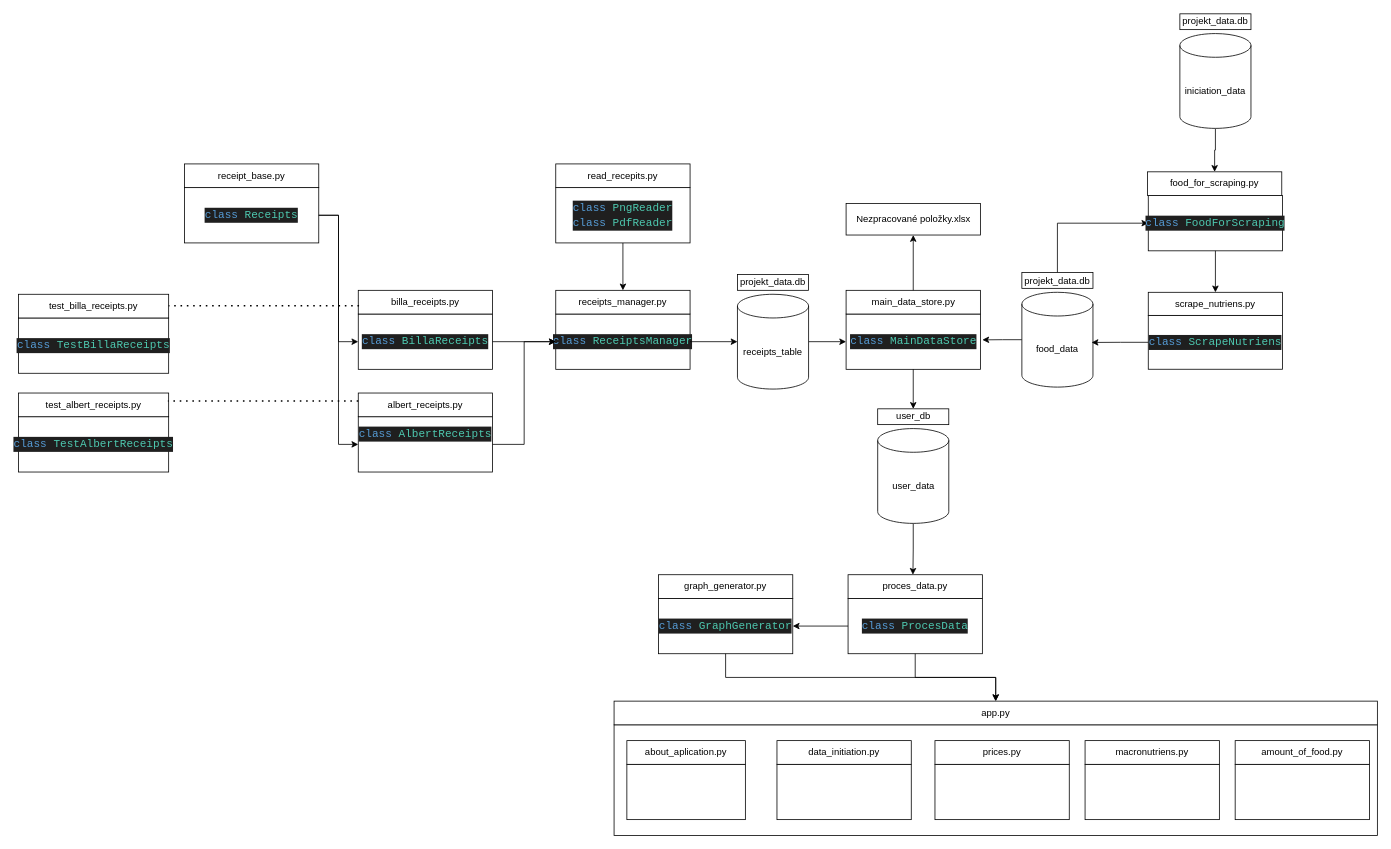
Above: architecture/architecture.drawio in DavidProthon/ReceiptNutriTracker (draw.io), before the change. Source tidied: cells renumbered, new cells numbered last; positions are measured from the earlier drawing's top-left corner, leaving out a move shared by most shapes. Both pictures are drawn from the tidied source at 79%, with x=0, y=0 at pixel (18, 13).
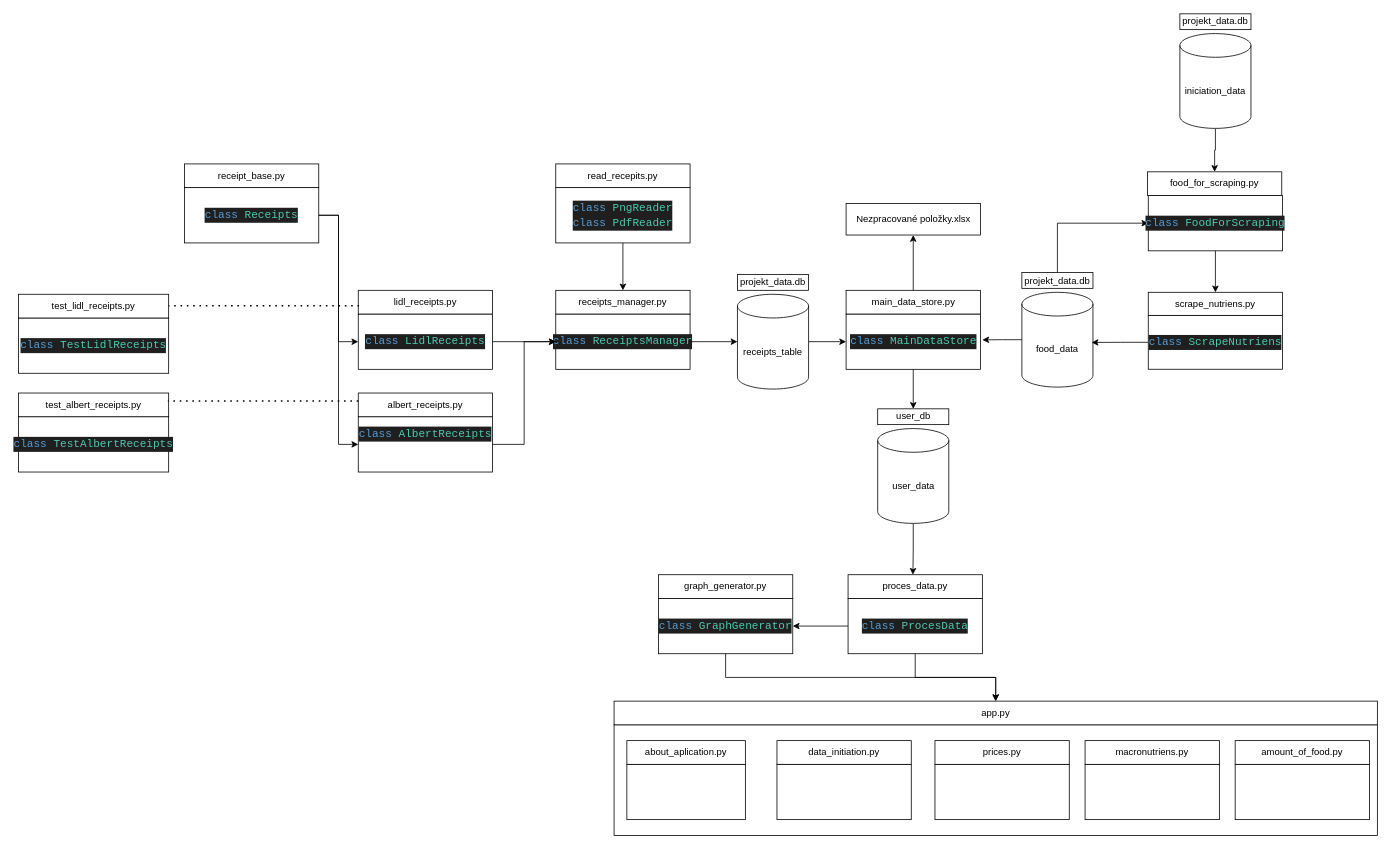
The same diagram, later.

Unchanged cells that the change refers to:
```xml
<mxCell id="8" style="group;" parent="1" vertex="1">
  <mxGeometry x="430" y="350" width="170" height="100" as="geometry" />
</mxCell>
<mxCell id="14" style="group;" parent="1" vertex="1">
  <mxGeometry x="20" y="355" width="170" height="100" as="geometry" />
</mxCell>
```

Diff of the diagram source:
```diff
@@
-    <mxCell id="9" value="&lt;pre&gt;&lt;div style=&quot;color: rgb(204, 204, 204); background-color: rgb(31, 31, 31); font-family: Consolas, &amp;quot;Courier New&amp;quot;, monospace; font-size: 14px; line-height: 19px;&quot;&gt;&lt;span style=&quot;color: #569cd6;&quot;&gt;class&lt;/span&gt; &lt;span style=&quot;color: #4ec9b0;&quot;&gt;BillaReceipts&lt;/span&gt;&lt;/div&gt;&lt;/pre&gt;" style="rounded=0;whiteSpace=wrap;html=1;align=center;" parent="8" vertex="1">
+    <mxCell id="9" value="&lt;pre&gt;&lt;div style=&quot;color: rgb(204, 204, 204); background-color: rgb(31, 31, 31); font-family: Consolas, &amp;quot;Courier New&amp;quot;, monospace; font-size: 14px; line-height: 19px;&quot;&gt;&lt;span style=&quot;color: #569cd6;&quot;&gt;class&lt;/span&gt; &lt;span style=&quot;color: #4ec9b0;&quot;&gt;LidlReceipts&lt;/span&gt;&lt;/div&gt;&lt;/pre&gt;" style="rounded=0;whiteSpace=wrap;html=1;align=center;" parent="8" vertex="1">
       <mxGeometry y="30" width="170" height="70" as="geometry" />
     </mxCell>
-    <mxCell id="10" value="billa_receipts.py" style="rounded=0;whiteSpace=wrap;html=1;" parent="8" vertex="1">
+    <mxCell id="10" value="lidl_receipts.py" style="rounded=0;whiteSpace=wrap;html=1;" parent="8" vertex="1">
       <mxGeometry width="170" height="30" as="geometry" />
     </mxCell>
@@
-    <mxCell id="15" value="&lt;pre&gt;&lt;div style=&quot;color: rgb(204, 204, 204); background-color: rgb(31, 31, 31); font-family: Consolas, &amp;quot;Courier New&amp;quot;, monospace; font-size: 14px; line-height: 19px;&quot;&gt;&lt;div style=&quot;line-height: 19px;&quot;&gt;&lt;span style=&quot;color: #569cd6;&quot;&gt;class&lt;/span&gt; &lt;span style=&quot;color: #4ec9b0;&quot;&gt;TestBillaReceipts&lt;/span&gt;&lt;/div&gt;&lt;/div&gt;&lt;/pre&gt;" style="rounded=0;whiteSpace=wrap;html=1;align=center;" parent="14" vertex="1">
+    <mxCell id="15" value="&lt;pre&gt;&lt;div style=&quot;color: rgb(204, 204, 204); background-color: rgb(31, 31, 31); font-family: Consolas, &amp;quot;Courier New&amp;quot;, monospace; font-size: 14px; line-height: 19px;&quot;&gt;&lt;div style=&quot;line-height: 19px;&quot;&gt;&lt;span style=&quot;color: #569cd6;&quot;&gt;class&lt;/span&gt; &lt;span style=&quot;color: #4ec9b0;&quot;&gt;TestLidlReceipts&lt;/span&gt;&lt;/div&gt;&lt;/div&gt;&lt;/pre&gt;" style="rounded=0;whiteSpace=wrap;html=1;align=center;" parent="14" vertex="1">
       <mxGeometry x="-20" y="30" width="190" height="70" as="geometry" />
     </mxCell>
-    <mxCell id="16" value="test_billa_receipts.py" style="rounded=0;whiteSpace=wrap;html=1;" parent="14" vertex="1">
+    <mxCell id="16" value="test_lidl_receipts.py" style="rounded=0;whiteSpace=wrap;html=1;" parent="14" vertex="1">
       <mxGeometry x="-20" width="190" height="30" as="geometry" />
     </mxCell>
```
